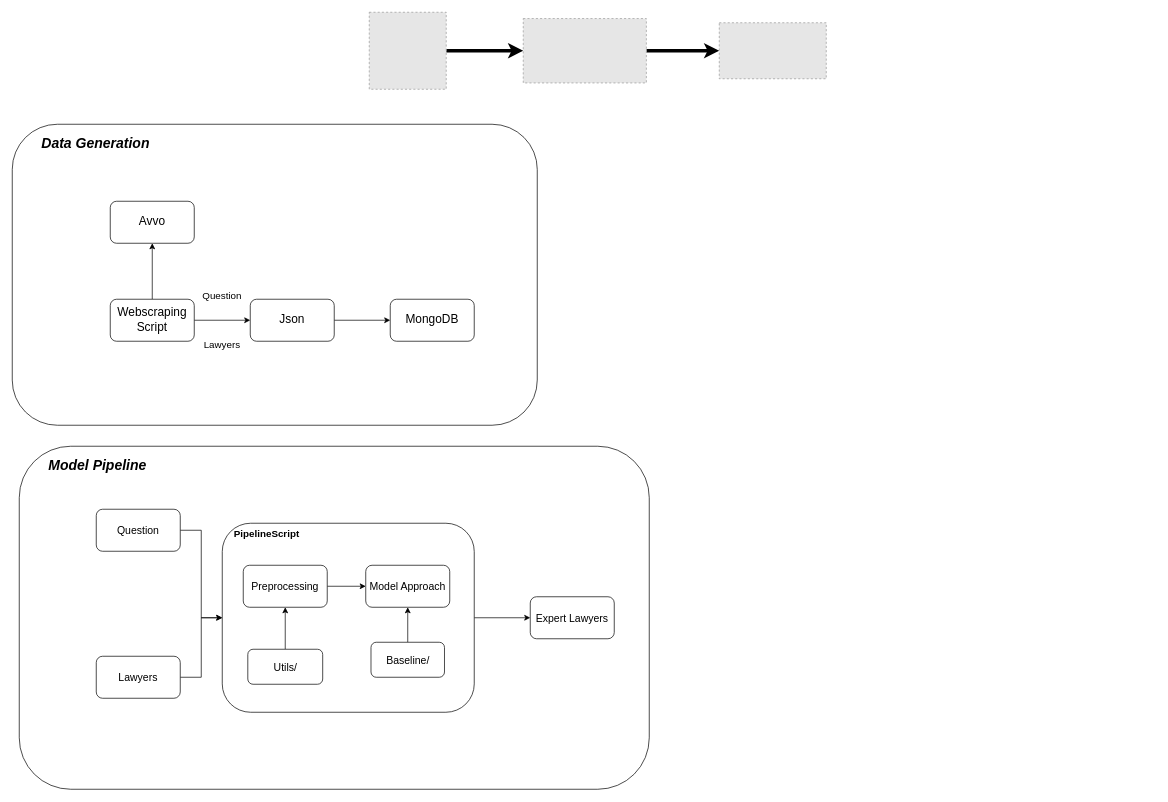
Earlier version of the draw.io diagram Expert_legal.drawio (GuiOli91/priv_legal_CQA). Source tidied: cells renumbered, new cells numbered last; positions are measured from the earlier drawing's top-left corner, leaving out a move shared by most shapes. Both pictures are drawn from the tidied source at 70%, with x=0, y=0 at pixel (12, 12). Pictures stored in the file or linked from it are replaced by grey dashed boxes.
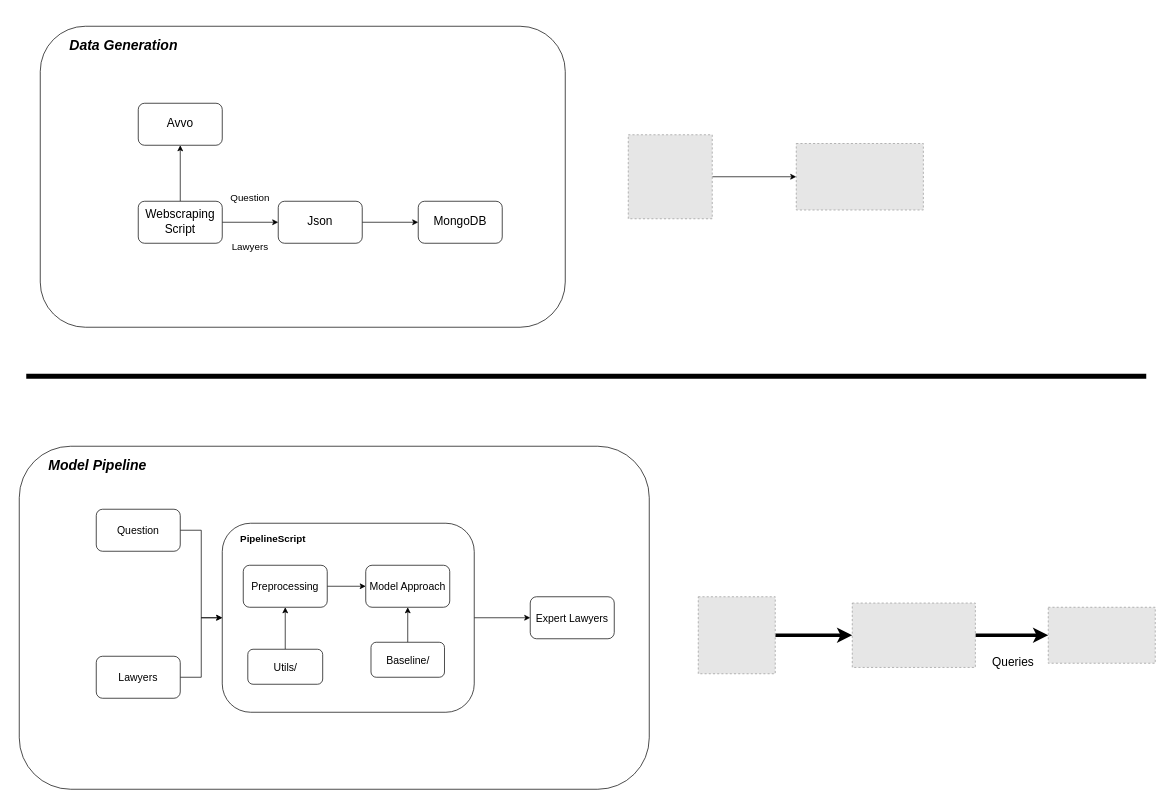
The same diagram, later.

Change to the diagram source:
```diff
@@
     <mxCell id="2" value="&lt;div style=&quot;font-size: 20px;&quot;&gt;Data Generation&lt;br style=&quot;font-size: 20px;&quot;&gt;&lt;/div&gt;" style="rounded=1;whiteSpace=wrap;html=1;labelBackgroundColor=none;align=left;verticalAlign=top;spacingLeft=40;fontSize=20;fontStyle=3;spacingTop=8;" parent="1" vertex="1">
-      <mxGeometry y="160" width="750" height="430" as="geometry" />
+      <mxGeometry x="40" y="20" width="750" height="430" as="geometry" />
     </mxCell>
@@
     <mxCell id="4" style="fillColor=#E6E6E6;strokeColor=#999999;dashed=1;verticalLabelPosition=bottom;verticalAlign=top;labelBackgroundColor=none;" parent="1" vertex="1">
-      <mxGeometry x="510" width="110" height="110" as="geometry" />
+      <mxGeometry x="980" y="835" width="110" height="110" as="geometry" />
     </mxCell>
@@
     <mxCell id="6" style="fillColor=#E6E6E6;strokeColor=#999999;dashed=1;verticalLabelPosition=bottom;verticalAlign=top;labelBackgroundColor=none;" parent="1" vertex="1">
-      <mxGeometry x="730" y="9" width="175.9" height="92" as="geometry" />
+      <mxGeometry x="1200" y="844" width="175.9" height="92" as="geometry" />
     </mxCell>
     <mxCell id="7" style="fillColor=#E6E6E6;strokeColor=#999999;dashed=1;verticalLabelPosition=bottom;verticalAlign=top;labelBackgroundColor=none;" parent="1" vertex="1">
-      <mxGeometry x="1010" y="15" width="152.9" height="80" as="geometry" />
+      <mxGeometry x="1480" y="850" width="152.9" height="80" as="geometry" />
     </mxCell>
@@
     <mxCell id="10" value="Webscraping&lt;br style=&quot;font-size: 17px;&quot;&gt;Script" style="rounded=1;whiteSpace=wrap;html=1;labelBackgroundColor=none;fontSize=17;" parent="1" vertex="1">
-      <mxGeometry x="140" y="410" width="120" height="60" as="geometry" />
+      <mxGeometry x="180" y="270" width="120" height="60" as="geometry" />
     </mxCell>
@@
     <mxCell id="12" value="&lt;div style=&quot;font-size: 17px;&quot;&gt;Json&lt;/div&gt;" style="rounded=1;whiteSpace=wrap;html=1;labelBackgroundColor=none;fontSize=17;" parent="1" vertex="1">
-      <mxGeometry x="340" y="410" width="120" height="60" as="geometry" />
+      <mxGeometry x="380" y="270" width="120" height="60" as="geometry" />
     </mxCell>
     <mxCell id="13" value="Avvo" style="whiteSpace=wrap;html=1;rounded=1;labelBackgroundColor=none;fontSize=17;" parent="1" vertex="1">
-      <mxGeometry x="140" y="270" width="120" height="60" as="geometry" />
+      <mxGeometry x="180" y="130" width="120" height="60" as="geometry" />
     </mxCell>
     <mxCell id="14" value="MongoDB" style="rounded=1;whiteSpace=wrap;html=1;labelBackgroundColor=none;fontSize=17;" parent="1" vertex="1">
-      <mxGeometry x="540" y="410" width="120" height="60" as="geometry" />
+      <mxGeometry x="580" y="270" width="120" height="60" as="geometry" />
     </mxCell>
@@
     <mxCell id="16" value="Question" style="text;html=1;strokeColor=none;fillColor=none;align=center;verticalAlign=middle;whiteSpace=wrap;rounded=0;fontSize=14;" parent="1" vertex="1">
-      <mxGeometry x="270" y="390" width="60" height="30" as="geometry" />
+      <mxGeometry x="310" y="250" width="60" height="30" as="geometry" />
     </mxCell>
     <mxCell id="17" value="Lawyers" style="text;html=1;strokeColor=none;fillColor=none;align=center;verticalAlign=middle;whiteSpace=wrap;rounded=0;fontSize=14;" parent="1" vertex="1">
-      <mxGeometry x="270" y="460" width="60" height="30" as="geometry" />
+      <mxGeometry x="310" y="320" width="60" height="30" as="geometry" />
     </mxCell>
@@
-    <mxCell id="23" value="PipelineScript" style="rounded=1;whiteSpace=wrap;html=1;align=left;verticalAlign=top;spacingLeft=15;fontStyle=1;fontSize=14;" parent="1" vertex="1">
+    <mxCell id="23" value="PipelineScript" style="rounded=1;whiteSpace=wrap;html=1;align=left;verticalAlign=top;spacingLeft=23;fontStyle=1;fontSize=14;spacing=3;spacingTop=6;" parent="1" vertex="1">
       <mxGeometry x="300" y="730" width="360" height="270" as="geometry" />
     </mxCell>
@@
+    <mxCell id="32" value="Queries" style="text;html=1;strokeColor=none;fillColor=none;align=center;verticalAlign=middle;whiteSpace=wrap;rounded=0;fontSize=17;" parent="1" vertex="1">
+      <mxGeometry x="1400" y="915" width="60" height="30" as="geometry" />
+    </mxCell>
+    <mxCell id="33" style="edgeStyle=orthogonalEdgeStyle;rounded=0;jettySize=auto;html=1;" parent="1" edge="1" source="34" target="35">
+      <mxGeometry relative="1" as="geometry" />
+    </mxCell>
+    <mxCell id="34" style="fillColor=#E6E6E6;strokeColor=#999999;dashed=1;verticalLabelPosition=bottom;verticalAlign=top;" parent="1" vertex="1">
+      <mxGeometry x="880" y="175" width="120" height="120" as="geometry" />
+    </mxCell>
+    <mxCell id="35" style="fillColor=#E6E6E6;strokeColor=#999999;dashed=1;verticalLabelPosition=bottom;verticalAlign=top;" parent="1" vertex="1">
+      <mxGeometry x="1120" y="187.5" width="181.6" height="95" as="geometry" />
+    </mxCell>
+    <mxCell id="36" style="endArrow=none;html=1;rounded=0;strokeWidth=7;" parent="1" edge="1">
+      <mxGeometry relative="1" as="geometry">
+        <mxPoint x="20" y="520" as="sourcePoint" />
+        <mxPoint x="1620" y="520" as="targetPoint" />
+      </mxGeometry>
+    </mxCell>
```
